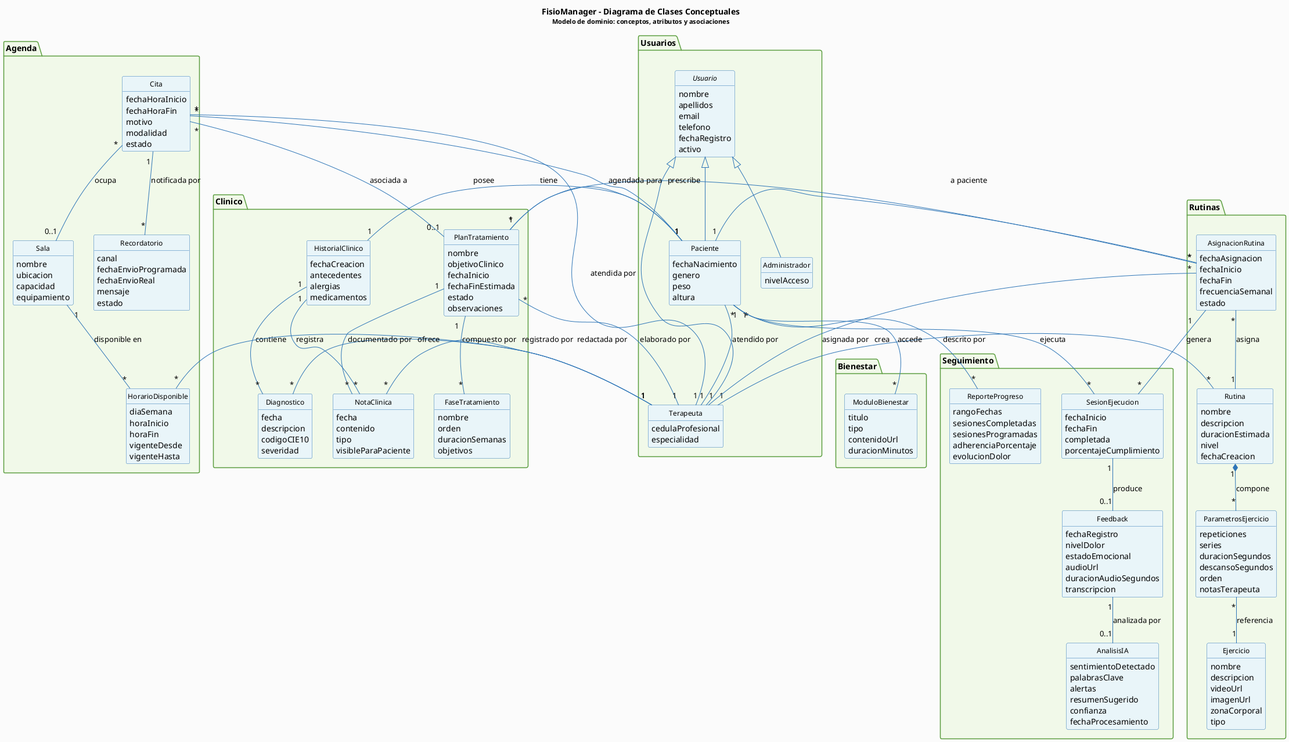
Earlier version of the PlantUML export proyFisioManager/ModAnalisis/figuras/FisioManager_DiagramaClases.png (xiomj29/FisioManager-doc). Its diagram source:
```plantuml
@startuml FisioManager_DiagramaClases


skinparam backgroundColor #FAFAFA
skinparam classBackgroundColor #E8F4F8
skinparam classBorderColor #2E75B6
skinparam classArrowColor #2E75B6
skinparam classFontName Arial
skinparam classFontSize 12
skinparam packageBackgroundColor #F0F8E8
skinparam packageBorderColor #5B9D3E
skinparam classAttributeIconSize 0

hide methods
hide circle

title <b>FisioManager - Diagrama de Clases Conceptuales</b>\n<size:11>Modelo de dominio: conceptos, atributos y asociaciones</size>

package "Usuarios" {

    abstract class Usuario {
        nombre
        apellidos
        email
        telefono
        fechaRegistro
        activo
    }

    class Paciente {
        fechaNacimiento
        genero
        peso
        altura
    }

    class Terapeuta {
        cedulaProfesional
        especialidad
    }

    class Administrador {
        nivelAcceso
    }
}

package "Clinico" {

    class HistorialClinico {
        fechaCreacion
        antecedentes
        alergias
        medicamentos
    }

    class Diagnostico {
        fecha
        descripcion
        codigoCIE10
        severidad
    }

    class NotaClinica {
        fecha
        contenido
        tipo
        visibleParaPaciente
    }

    class PlanTratamiento {
        nombre
        objetivoClinico
        fechaInicio
        fechaFinEstimada
        estado
        observaciones
    }

    class FaseTratamiento {
        nombre
        orden
        duracionSemanas
        objetivos
    }
}

package "Agenda" {

    class Cita {
        fechaHoraInicio
        fechaHoraFin
        motivo
        modalidad
        estado
    }

    class Sala {
        nombre
        ubicacion
        capacidad
        equipamiento
    }

    class HorarioDisponible {
        diaSemana
        horaInicio
        horaFin
        vigenteDesde
        vigenteHasta
    }

    class Recordatorio {
        canal
        fechaEnvioProgramada
        fechaEnvioReal
        mensaje
        estado
    }
}

package "Rutinas" {

    class Rutina {
        nombre
        descripcion
        duracionEstimada
        nivel
        fechaCreacion
    }

    class Ejercicio {
        nombre
        descripcion
        videoUrl
        imagenUrl
        zonaCorporal
        tipo
    }

    class ParametrosEjercicio {
        repeticiones
        series
        duracionSegundos
        descansoSegundos
        orden
        notasTerapeuta
    }

    class AsignacionRutina {
        fechaAsignacion
        fechaInicio
        fechaFin
        frecuenciaSemanal
        estado
    }
}

package "Seguimiento" {

    class SesionEjecucion {
        fechaInicio
        fechaFin
        completada
        porcentajeCumplimiento
    }

    class Feedback {
        fechaRegistro
        nivelDolor
        estadoEmocional
        audioUrl
        duracionAudioSegundos
        transcripcion
    }

    class AnalisisIA {
        sentimientoDetectado
        palabrasClave
        alertas
        resumenSugerido
        confianza
        fechaProcesamiento
    }

    class ReporteProgreso {
        rangoFechas
        sesionesCompletadas
        sesionesProgramadas
        adherenciaPorcentaje
        evolucionDolor
    }
}

package "Bienestar" {

    class ModuloBienestar {
        titulo
        tipo
        contenidoUrl
        duracionMinutos
    }
}


Usuario <|-- Paciente
Usuario <|-- Terapeuta
Usuario <|-- Administrador

Paciente "*" -- "1" Terapeuta : atendido por
Paciente "1" -- "1" HistorialClinico : posee
HistorialClinico "1" -- "*" Diagnostico : contiene
HistorialClinico "1" -- "*" NotaClinica : registra
Diagnostico "*" -- "1" Terapeuta : registrado por
NotaClinica "*" -- "1" Terapeuta : redactada por

Paciente "1" -- "*" PlanTratamiento : tiene
PlanTratamiento "*" -- "1" Terapeuta : elaborado por
PlanTratamiento "1" -- "*" FaseTratamiento : compuesto por
PlanTratamiento "1" -- "*" NotaClinica : documentado por
PlanTratamiento "1" -- "*" AsignacionRutina : prescribe

Terapeuta "1" -- "*" Rutina : crea
Rutina "1" *-- "*" ParametrosEjercicio : compone
ParametrosEjercicio "*" -- "1" Ejercicio : referencia

AsignacionRutina "*" -- "1" Rutina : asigna
AsignacionRutina "*" -- "1" Paciente : a paciente
AsignacionRutina "*" -- "1" Terapeuta : asignada por

AsignacionRutina "1" -- "*" SesionEjecucion : genera
SesionEjecucion "1" -- "0..1" Feedback : produce
Feedback "1" -- "0..1" AnalisisIA : analizada por

Paciente "1" -- "*" SesionEjecucion : ejecuta
Paciente "*" -- "*" ModuloBienestar : accede

Cita "*" -- "1" Paciente : agendada para
Cita "*" -- "1" Terapeuta : atendida por
Cita "*" -- "0..1" Sala : ocupa
Cita "1" -- "*" Recordatorio : notificada por
Cita "*" -- "0..1" PlanTratamiento : asociada a
Terapeuta "1" -- "*" HorarioDisponible : ofrece
Sala "1" -- "*" HorarioDisponible : disponible en

Paciente "1" -- "*" ReporteProgreso : descrito por

@enduml
```
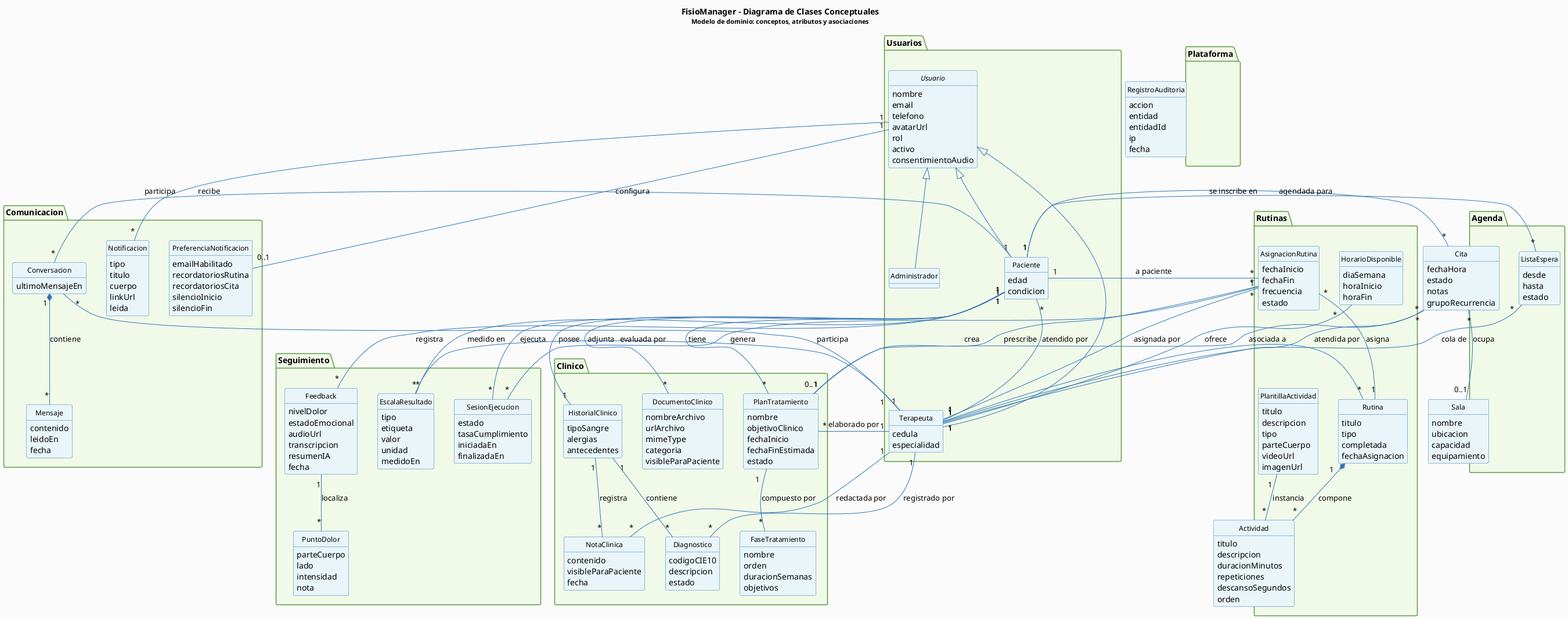
Later version of the same file.

What changed in the source:
```diff
@@ -20,50 +20,53 @@
 
     abstract class Usuario {
         nombre
-        apellidos
         email
         telefono
-        fechaRegistro
+        avatarUrl
+        rol
         activo
+        consentimientoAudio
     }
 
     class Paciente {
-        fechaNacimiento
-        genero
-        peso
-        altura
+        edad
+        condicion
     }
 
     class Terapeuta {
-        cedulaProfesional
+        cedula
         especialidad
     }
 
     class Administrador {
-        nivelAcceso
     }
 }
 
 package "Clinico" {
 
     class HistorialClinico {
-        fechaCreacion
+        tipoSangre
+        alergias
         antecedentes
-        alergias
-        medicamentos
     }
 
     class Diagnostico {
-        fecha
+        codigoCIE10
         descripcion
-        codigoCIE10
-        severidad
+        estado
     }
 
     class NotaClinica {
+        contenido
+        visibleParaPaciente
         fecha
-        contenido
-        tipo
+    }
+
+    class DocumentoClinico {
+        nombreArchivo
+        urlArchivo
+        mimeType
+        categoria
         visibleParaPaciente
     }
 
@@ -73,7 +76,6 @@
         fechaInicio
         fechaFinEstimada
         estado
-        observaciones
     }
 
     class FaseTratamiento {
@@ -87,11 +89,10 @@
 package "Agenda" {
 
     class Cita {
-        fechaHoraInicio
-        fechaHoraFin
-        motivo
-        modalidad
+        fechaHora
         estado
+        notas
+        grupoRecurrencia
     }
 
     class Sala {
@@ -105,15 +106,11 @@
         diaSemana
         horaInicio
         horaFin
-        vigenteDesde
-        vigenteHasta
     }
 
-    class Recordatorio {
-        canal
-        fechaEnvioProgramada
-        fechaEnvioReal
-        mensaje
+    class ListaEspera {
+        desde
+        hasta
         estado
     }
 }
@@ -121,36 +118,34 @@
 package "Rutinas" {
 
     class Rutina {
-        nombre
-        descripcion
-        duracionEstimada
-        nivel
-        fechaCreacion
+        titulo
+        tipo
+        completada
+        fechaAsignacion
     }
 
-    class Ejercicio {
-        nombre
+    class PlantillaActividad {
+        titulo
         descripcion
+        tipo
+        parteCuerpo
         videoUrl
         imagenUrl
-        zonaCorporal
-        tipo
     }
 
-    class ParametrosEjercicio {
+    class Actividad {
+        titulo
+        descripcion
+        duracionMinutos
         repeticiones
-        series
-        duracionSegundos
         descansoSegundos
         orden
-        notasTerapeuta
     }
 
     class AsignacionRutina {
-        fechaAsignacion
         fechaInicio
         fechaFin
-        frecuenciaSemanal
+        frecuencia
         estado
     }
 }
@@ -158,46 +153,74 @@
 package "Seguimiento" {
 
     class SesionEjecucion {
-        fechaInicio
-        fechaFin
-        completada
-        porcentajeCumplimiento
+        estado
+        tasaCumplimiento
+        iniciadaEn
+        finalizadaEn
     }
 
     class Feedback {
-        fechaRegistro
         nivelDolor
         estadoEmocional
         audioUrl
-        duracionAudioSegundos
         transcripcion
+        resumenIA
+        fecha
     }
 
-    class AnalisisIA {
-        sentimientoDetectado
-        palabrasClave
-        alertas
-        resumenSugerido
-        confianza
-        fechaProcesamiento
+    class PuntoDolor {
+        parteCuerpo
+        lado
+        intensidad
+        nota
     }
 
-    class ReporteProgreso {
-        rangoFechas
-        sesionesCompletadas
-        sesionesProgramadas
-        adherenciaPorcentaje
-        evolucionDolor
+    class EscalaResultado {
+        tipo
+        etiqueta
+        valor
+        unidad
+        medidoEn
     }
 }
 
-package "Bienestar" {
+package "Comunicacion" {
 
-    class ModuloBienestar {
+    class Conversacion {
+        ultimoMensajeEn
+    }
+
+    class Mensaje {
+        contenido
+        leidoEn
+        fecha
+    }
+
+    class Notificacion {
+        tipo
         titulo
-        tipo
-        contenidoUrl
-        duracionMinutos
+        cuerpo
+        linkUrl
+        leida
+    }
+
+    class PreferenciaNotificacion {
+        emailHabilitado
+        recordatoriosRutina
+        recordatoriosCita
+        silencioInicio
+        silencioFin
+    }
+}
+
+package "Plataforma" {
+
+    class RegistroAuditoria {
+        accion
+        entidad
+        entidadId
+        ip
+        fecha
     }
 }
 
@@ -206,42 +229,47 @@
 Usuario <|-- Terapeuta
 Usuario <|-- Administrador
 
+Usuario "1" -- "0..1" PreferenciaNotificacion : configura
+Usuario "1" -- "*" Notificacion : recibe
+
 Paciente "*" -- "1" Terapeuta : atendido por
 Paciente "1" -- "1" HistorialClinico : posee
 HistorialClinico "1" -- "*" Diagnostico : contiene
 HistorialClinico "1" -- "*" NotaClinica : registra
+Paciente "1" -- "*" DocumentoClinico : adjunta
 Diagnostico "*" -- "1" Terapeuta : registrado por
 NotaClinica "*" -- "1" Terapeuta : redactada por
 
 Paciente "1" -- "*" PlanTratamiento : tiene
 PlanTratamiento "*" -- "1" Terapeuta : elaborado por
 PlanTratamiento "1" -- "*" FaseTratamiento : compuesto por
-PlanTratamiento "1" -- "*" NotaClinica : documentado por
 PlanTratamiento "1" -- "*" AsignacionRutina : prescribe
 
 Terapeuta "1" -- "*" Rutina : crea
-Rutina "1" *-- "*" ParametrosEjercicio : compone
-ParametrosEjercicio "*" -- "1" Ejercicio : referencia
+PlantillaActividad "1" -- "*" Actividad : instancia
+Rutina "1" *-- "*" Actividad : compone
 
 AsignacionRutina "*" -- "1" Rutina : asigna
 AsignacionRutina "*" -- "1" Paciente : a paciente
 AsignacionRutina "*" -- "1" Terapeuta : asignada por
 
 AsignacionRutina "1" -- "*" SesionEjecucion : genera
-SesionEjecucion "1" -- "0..1" Feedback : produce
-Feedback "1" -- "0..1" AnalisisIA : analizada por
-
-Paciente "1" -- "*" SesionEjecucion : ejecuta
-Paciente "*" -- "*" ModuloBienestar : accede
+SesionEjecucion "*" -- "1" Paciente : ejecuta
+Paciente "1" -- "*" Feedback : registra
+Feedback "1" -- "*" PuntoDolor : localiza
+Paciente "1" -- "*" EscalaResultado : medido en
+EscalaResultado "*" -- "1" Terapeuta : evaluada por
 
 Cita "*" -- "1" Paciente : agendada para
 Cita "*" -- "1" Terapeuta : atendida por
 Cita "*" -- "0..1" Sala : ocupa
-Cita "1" -- "*" Recordatorio : notificada por
 Cita "*" -- "0..1" PlanTratamiento : asociada a
 Terapeuta "1" -- "*" HorarioDisponible : ofrece
-Sala "1" -- "*" HorarioDisponible : disponible en
+Paciente "1" -- "*" ListaEspera : se inscribe en
+ListaEspera "*" -- "1" Terapeuta : cola de
 
-Paciente "1" -- "*" ReporteProgreso : descrito por
+Conversacion "*" -- "1" Paciente : participa
+Conversacion "*" -- "1" Terapeuta : participa
+Conversacion "1" *-- "*" Mensaje : contiene
 
 @enduml
```
